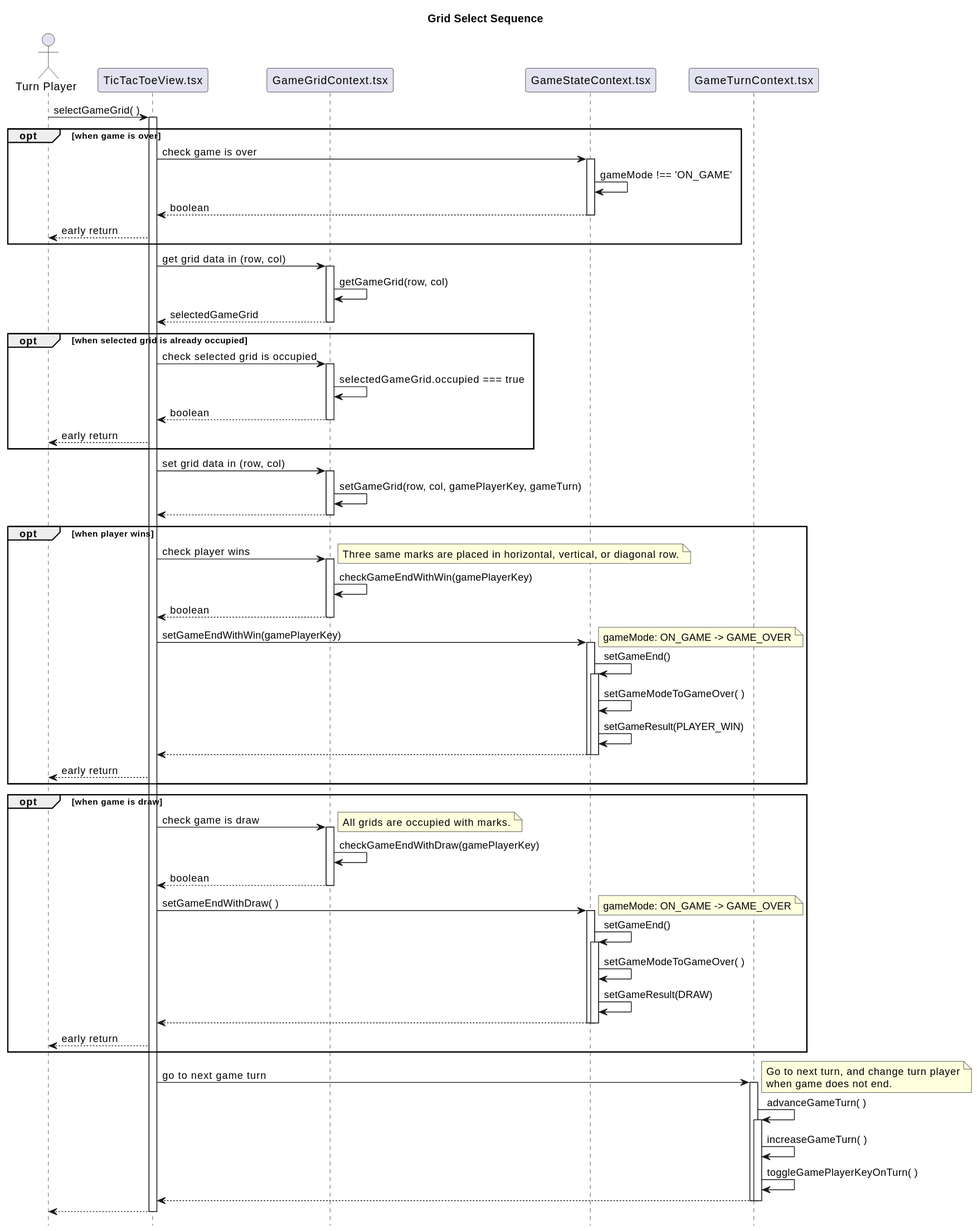
The PlantUML diagram tic-tac-toe/md/grid-select-sequence.svg in hi2k1978/react-samples, before a commit.
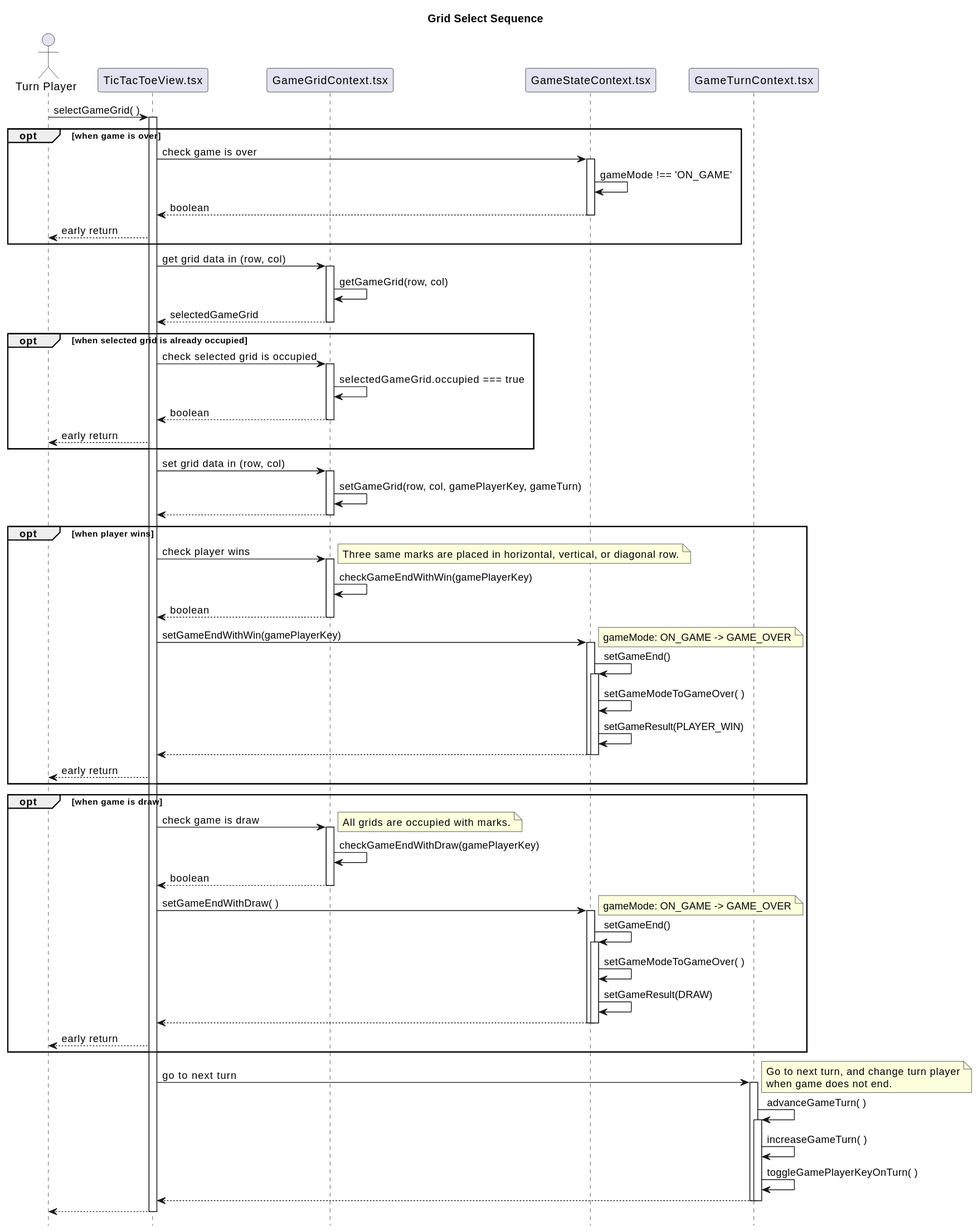
Above is the later version.

What changed in the source:
```diff
@@ -91,7 +91,7 @@
     TicTacToeView --> Player: early return
 end
 
-TicTacToeView -> GameTurn: go to next game turn
+TicTacToeView -> GameTurn: go to next turn
 note right
      Go to next turn, and change turn player
      when game does not end.
```
